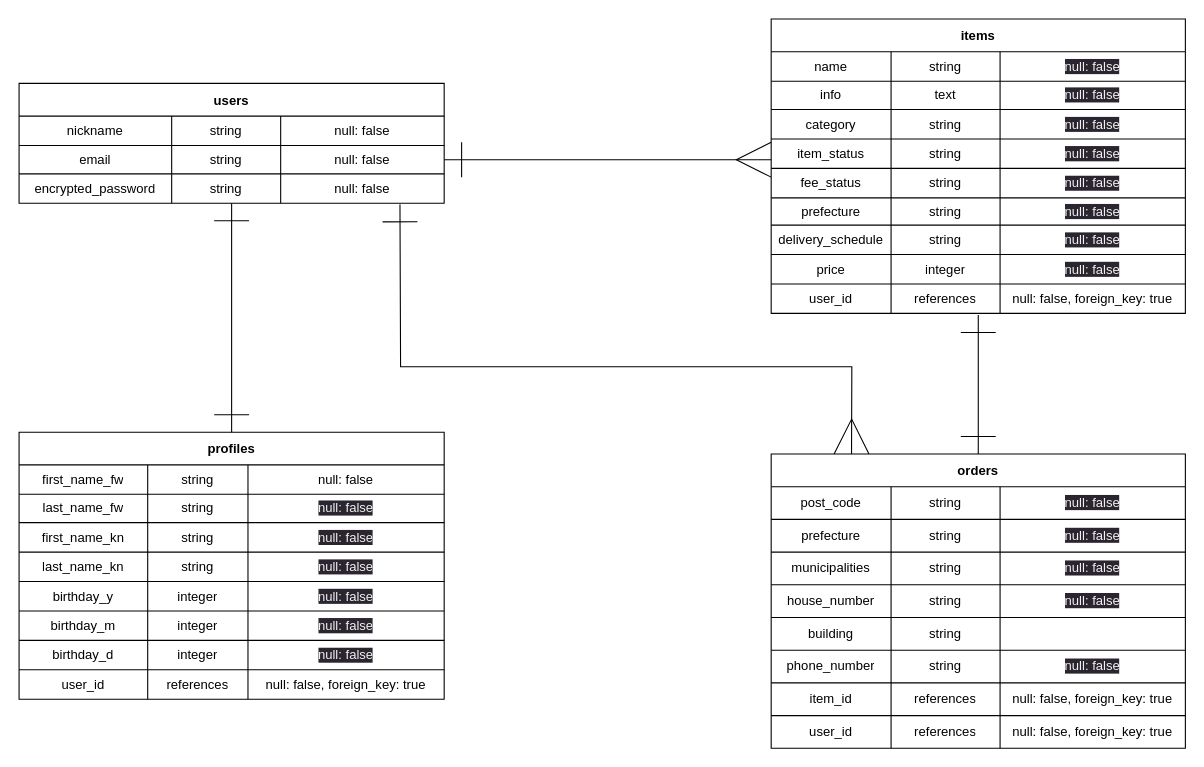
Earlier version of the draw.io diagram er.dio (okayu0220/furima-39587). Source tidied: cells renumbered, new cells numbered last; positions are measured from the earlier drawing's top-left corner, leaving out a move shared by most shapes. Both pictures are drawn from the tidied source at 109%, with x=0, y=0 at pixel (19, 19).
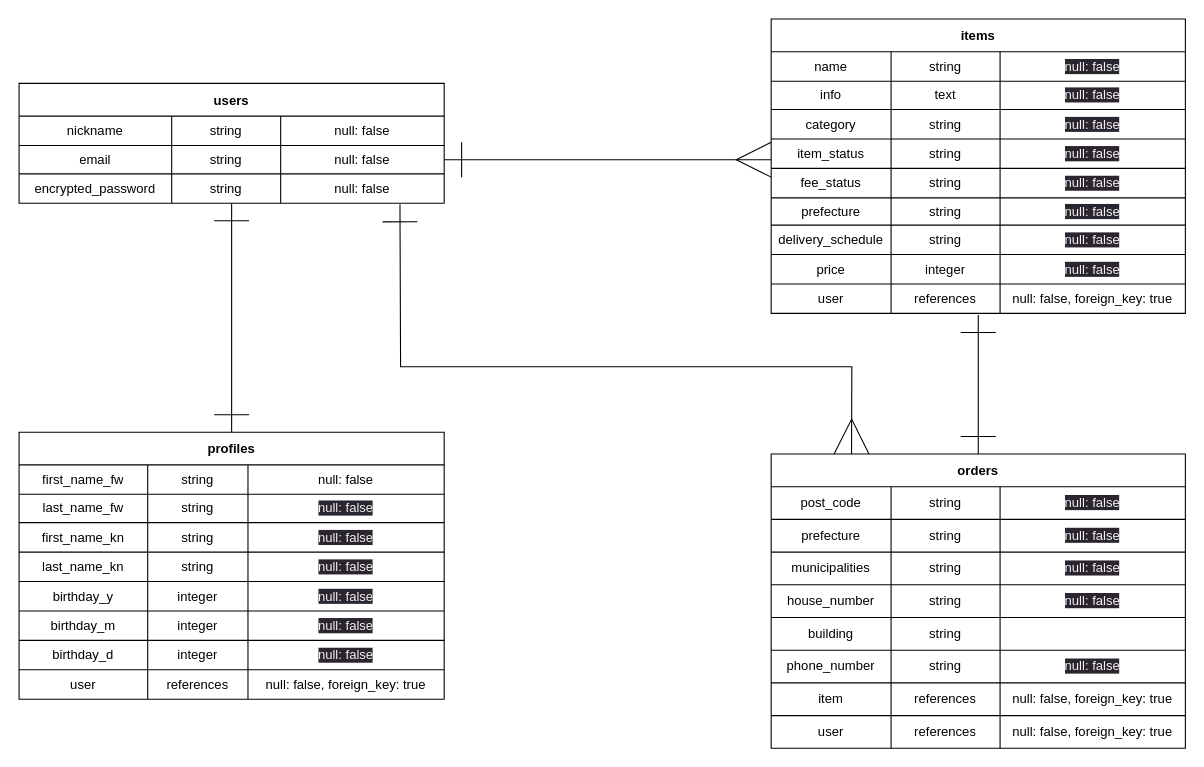
After the change.

The change refers to these unchanged cells:
```xml
<mxCell id="48" style="shape=tableRow;horizontal=0;startSize=0;swimlaneHead=0;swimlaneBody=0;top=0;left=0;bottom=0;right=0;fillColor=none;points=[[0,0.5],[1,0.5]];portConstraint=eastwest;" parent="15" vertex="1">
  <mxGeometry y="243" width="380" height="27" as="geometry" />
</mxCell>
<mxCell id="81" style="shape=tableRow;horizontal=0;startSize=0;swimlaneHead=0;swimlaneBody=0;top=0;left=0;bottom=0;right=0;fillColor=none;" parent="52" vertex="1">
  <mxGeometry y="218" width="390" height="27" as="geometry" />
</mxCell>
<mxCell id="110" style="shape=tableRow;horizontal=0;startSize=0;swimlaneHead=0;swimlaneBody=0;top=0;left=0;bottom=0;right=0;fillColor=none;" parent="85" vertex="1">
  <mxGeometry y="210" width="380" height="30" as="geometry" />
</mxCell>
<mxCell id="114" style="shape=tableRow;horizontal=0;startSize=0;swimlaneHead=0;swimlaneBody=0;top=0;left=0;bottom=0;right=0;fillColor=none;" parent="85" vertex="1">
  <mxGeometry y="240" width="380" height="30" as="geometry" />
</mxCell>
```

What changed in the source:
```diff
@@
-    <mxCell id="49" value="user_id" style="shape=partialRectangle;html=1;whiteSpace=wrap;fillColor=none;top=0;left=0;bottom=0;right=0;overflow=hidden;" parent="48" vertex="1">
+    <mxCell id="49" value="user" style="shape=partialRectangle;html=1;whiteSpace=wrap;fillColor=none;top=0;left=0;bottom=0;right=0;overflow=hidden;" parent="48" vertex="1">
       <mxGeometry width="110" height="27" as="geometry" />
     </mxCell>
@@
-    <mxCell id="82" value="user_id" style="shape=partialRectangle;html=1;whiteSpace=wrap;fillColor=none;top=0;left=0;bottom=0;right=0;overflow=hidden;" parent="81" vertex="1">
+    <mxCell id="82" value="user" style="shape=partialRectangle;html=1;whiteSpace=wrap;fillColor=none;top=0;left=0;bottom=0;right=0;overflow=hidden;" parent="81" vertex="1">
       <mxGeometry width="118" height="27" as="geometry" />
     </mxCell>
@@
-    <mxCell id="111" value="item_id" style="shape=partialRectangle;html=1;whiteSpace=wrap;fillColor=none;top=0;left=0;bottom=0;right=0;overflow=hidden;" parent="110" vertex="1">
+    <mxCell id="111" value="item" style="shape=partialRectangle;html=1;whiteSpace=wrap;fillColor=none;top=0;left=0;bottom=0;right=0;overflow=hidden;" parent="110" vertex="1">
       <mxGeometry width="110" height="30" as="geometry" />
     </mxCell>
@@
-    <mxCell id="115" value="user_id" style="shape=partialRectangle;html=1;whiteSpace=wrap;fillColor=none;top=0;left=0;bottom=0;right=0;overflow=hidden;" parent="114" vertex="1">
+    <mxCell id="115" value="user" style="shape=partialRectangle;html=1;whiteSpace=wrap;fillColor=none;top=0;left=0;bottom=0;right=0;overflow=hidden;" parent="114" vertex="1">
       <mxGeometry width="110" height="30" as="geometry" />
     </mxCell>
```
